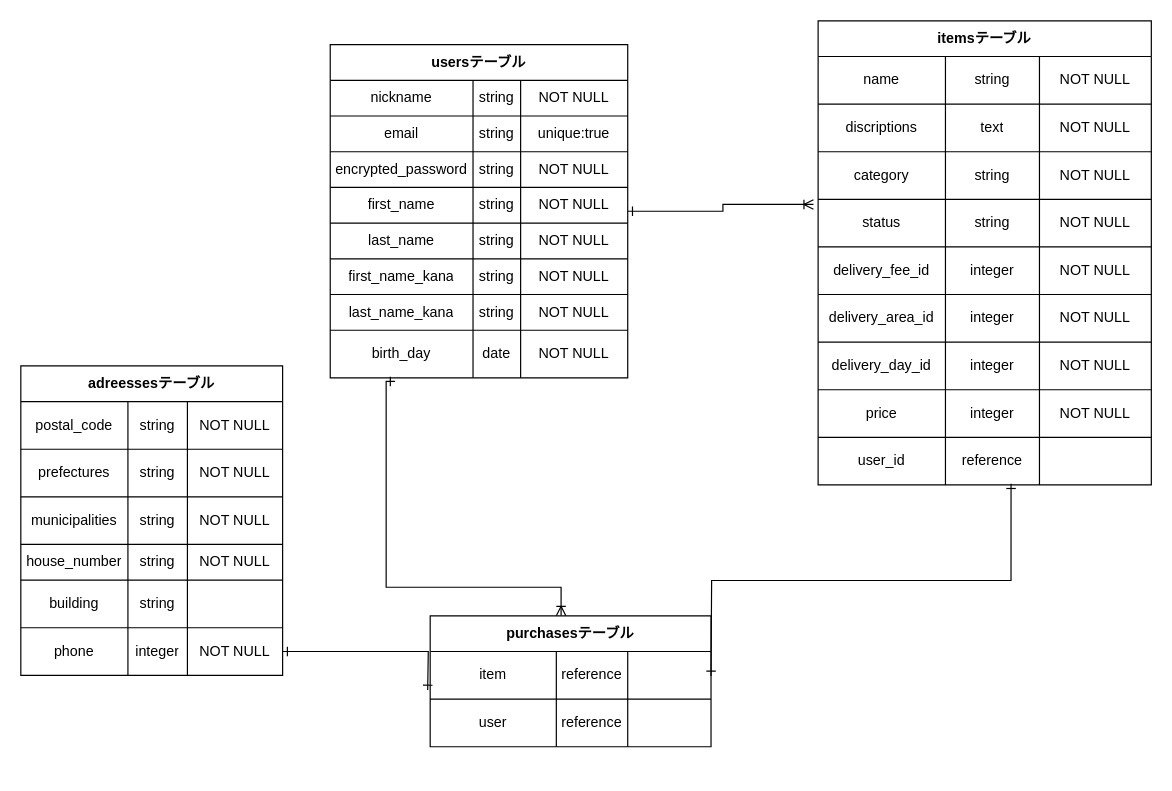
Above: furima.dio in takashi3802/furima-34451 (draw.io), before the change. Source tidied: cells renumbered, new cells numbered last; positions are measured from the earlier drawing's top-left corner, leaving out a move shared by most shapes. Both pictures are drawn from the tidied source at 119%, with x=0, y=0 at pixel (20, 20).
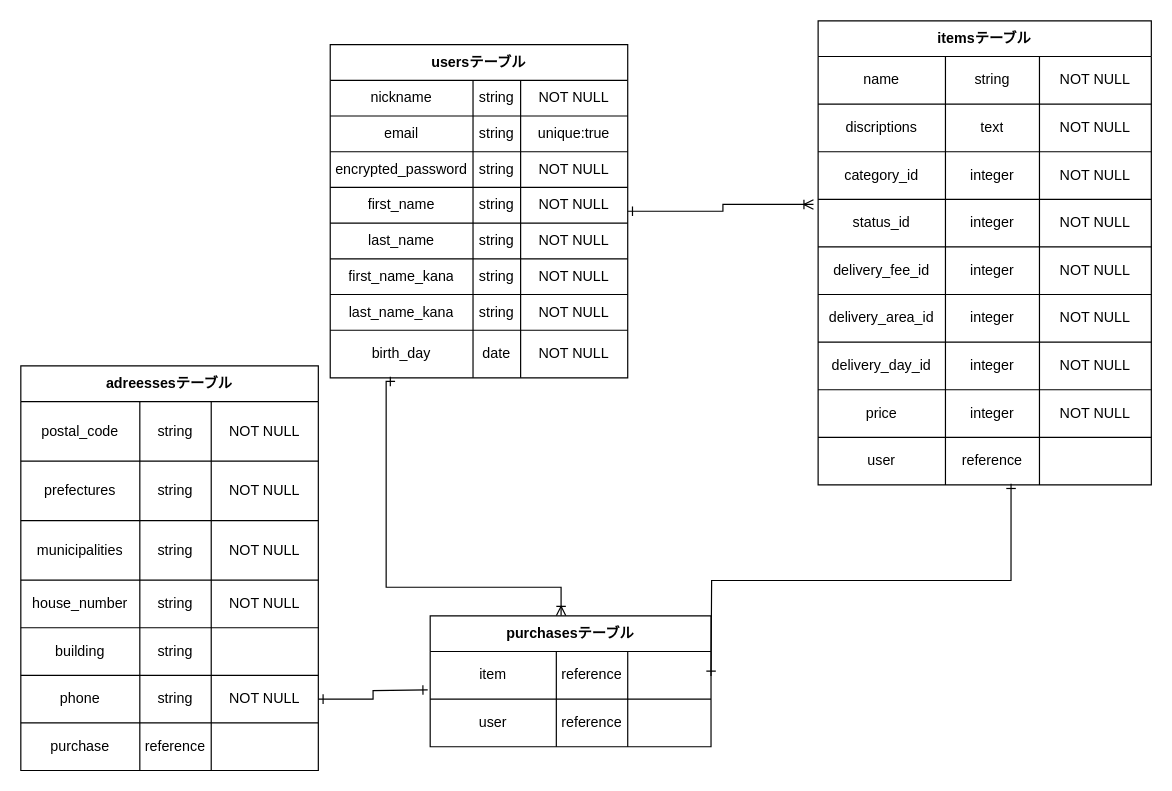
The same page after the edit.

Commit message (it also covers changes not shown here):
ER図・README修正3

The change refers to these unchanged cells:
```xml
<mxCell id="45" style="shape=partialRectangle;html=1;whiteSpace=wrap;fillColor=none;top=0;left=0;bottom=0;right=0;" parent="36" vertex="1">
  <mxGeometry y="110" width="280" height="40" as="geometry" />
</mxCell>
<mxCell id="49" style="shape=partialRectangle;html=1;whiteSpace=wrap;fillColor=none;top=0;left=0;bottom=0;right=0;points=[[0,0.5],[1,0.5]];portConstraint=eastwest;" parent="36" vertex="1">
  <mxGeometry y="150" width="280" height="40" as="geometry" />
</mxCell>
<mxCell id="70" style="shape=partialRectangle;html=1;whiteSpace=wrap;fillColor=none;top=0;left=0;bottom=0;right=0;points=[[0,0.5],[1,0.5]];portConstraint=eastwest;" parent="36" vertex="1">
  <mxGeometry y="350" width="280" height="40" as="geometry" />
</mxCell>
```

Diff of the diagram source:
```diff
@@
-    <mxCell id="46" value="category" style="shape=partialRectangle;html=1;whiteSpace=wrap;fillColor=none;top=0;left=0;bottom=0;right=0;overflow=hidden;" parent="45" vertex="1">
+    <mxCell id="46" value="category_id" style="shape=partialRectangle;html=1;whiteSpace=wrap;fillColor=none;top=0;left=0;bottom=0;right=0;overflow=hidden;" parent="45" vertex="1">
       <mxGeometry width="107" height="40" as="geometry" />
     </mxCell>
-    <mxCell id="47" value="string" style="shape=partialRectangle;html=1;whiteSpace=wrap;fillColor=none;top=0;left=0;bottom=0;right=0;overflow=hidden;" parent="45" vertex="1">
+    <mxCell id="47" value="integer" style="shape=partialRectangle;html=1;whiteSpace=wrap;fillColor=none;top=0;left=0;bottom=0;right=0;overflow=hidden;" parent="45" vertex="1">
       <mxGeometry x="107" width="79" height="40" as="geometry" />
     </mxCell>
@@
-    <mxCell id="50" value="status" style="shape=partialRectangle;html=1;whiteSpace=wrap;fillColor=none;top=0;left=0;bottom=0;right=0;overflow=hidden;" parent="49" vertex="1">
+    <mxCell id="50" value="status_id" style="shape=partialRectangle;html=1;whiteSpace=wrap;fillColor=none;top=0;left=0;bottom=0;right=0;overflow=hidden;" parent="49" vertex="1">
       <mxGeometry width="107" height="40" as="geometry" />
     </mxCell>
-    <mxCell id="51" value="string" style="shape=partialRectangle;html=1;whiteSpace=wrap;fillColor=none;top=0;left=0;bottom=0;right=0;overflow=hidden;" parent="49" vertex="1">
+    <mxCell id="51" value="integer" style="shape=partialRectangle;html=1;whiteSpace=wrap;fillColor=none;top=0;left=0;bottom=0;right=0;overflow=hidden;" parent="49" vertex="1">
       <mxGeometry x="107" width="79" height="40" as="geometry" />
     </mxCell>
@@
-    <mxCell id="71" value="user_id" style="shape=partialRectangle;html=1;whiteSpace=wrap;fillColor=none;top=0;left=0;bottom=0;right=0;overflow=hidden;" parent="70" vertex="1">
+    <mxCell id="71" value="user" style="shape=partialRectangle;html=1;whiteSpace=wrap;fillColor=none;top=0;left=0;bottom=0;right=0;overflow=hidden;" parent="70" vertex="1">
       <mxGeometry width="107" height="40" as="geometry" />
     </mxCell>
@@
     <mxCell id="74" value="adreessesテーブル" style="shape=table;html=1;whiteSpace=wrap;startSize=30;childLayout=tableLayout;fontStyle=1;align=center;" parent="1" vertex="1">
-      <mxGeometry y="290" width="220" height="260" as="geometry" />
+      <mxGeometry y="290" width="250" height="340" as="geometry" />
     </mxCell>
     <mxCell id="75" style="shape=partialRectangle;html=1;whiteSpace=wrap;fillColor=none;top=0;left=0;bottom=0;right=0;" parent="74" vertex="1">
-      <mxGeometry y="30" width="220" height="40" as="geometry" />
+      <mxGeometry y="30" width="250" height="50" as="geometry" />
     </mxCell>
     <mxCell id="76" value="postal_code" style="shape=partialRectangle;html=1;whiteSpace=wrap;fillColor=none;top=0;left=0;bottom=0;right=0;overflow=hidden;" parent="75" vertex="1">
-      <mxGeometry width="90" height="40" as="geometry" />
+      <mxGeometry width="100" height="50" as="geometry" />
     </mxCell>
     <mxCell id="77" value="string" style="shape=partialRectangle;html=1;whiteSpace=wrap;fillColor=none;top=0;left=0;bottom=0;right=0;overflow=hidden;" parent="75" vertex="1">
-      <mxGeometry x="90" width="50" height="40" as="geometry" />
+      <mxGeometry x="100" width="60" height="50" as="geometry" />
     </mxCell>
     <mxCell id="78" value="NOT NULL" style="shape=partialRectangle;html=1;whiteSpace=wrap;fillColor=none;top=0;left=0;bottom=0;right=0;overflow=hidden;" parent="75" vertex="1">
-      <mxGeometry x="140" width="80" height="40" as="geometry" />
+      <mxGeometry x="160" width="90" height="50" as="geometry" />
     </mxCell>
     <mxCell id="79" style="shape=partialRectangle;html=1;whiteSpace=wrap;fillColor=none;top=0;left=0;bottom=0;right=0;" parent="74" vertex="1">
-      <mxGeometry y="70" width="220" height="40" as="geometry" />
+      <mxGeometry y="80" width="250" height="50" as="geometry" />
     </mxCell>
     <mxCell id="80" value="prefectures" style="shape=partialRectangle;html=1;whiteSpace=wrap;fillColor=none;top=0;left=0;bottom=0;right=0;overflow=hidden;" parent="79" vertex="1">
-      <mxGeometry width="90" height="40" as="geometry" />
+      <mxGeometry width="100" height="50" as="geometry" />
     </mxCell>
     <mxCell id="81" value="string" style="shape=partialRectangle;html=1;whiteSpace=wrap;fillColor=none;top=0;left=0;bottom=0;right=0;overflow=hidden;" parent="79" vertex="1">
-      <mxGeometry x="90" width="50" height="40" as="geometry" />
+      <mxGeometry x="100" width="60" height="50" as="geometry" />
     </mxCell>
     <mxCell id="82" value="NOT NULL" style="shape=partialRectangle;html=1;whiteSpace=wrap;fillColor=none;top=0;left=0;bottom=0;right=0;overflow=hidden;" parent="79" vertex="1">
-      <mxGeometry x="140" width="80" height="40" as="geometry" />
+      <mxGeometry x="160" width="90" height="50" as="geometry" />
     </mxCell>
     <mxCell id="83" style="shape=partialRectangle;html=1;whiteSpace=wrap;fillColor=none;top=0;left=0;bottom=0;right=0;" parent="74" vertex="1">
-      <mxGeometry y="110" width="220" height="40" as="geometry" />
+      <mxGeometry y="130" width="250" height="50" as="geometry" />
     </mxCell>
     <mxCell id="84" value="municipalities" style="shape=partialRectangle;html=1;whiteSpace=wrap;fillColor=none;top=0;left=0;bottom=0;right=0;overflow=hidden;" parent="83" vertex="1">
-      <mxGeometry width="90" height="40" as="geometry" />
+      <mxGeometry width="100" height="50" as="geometry" />
     </mxCell>
     <mxCell id="85" value="string" style="shape=partialRectangle;html=1;whiteSpace=wrap;fillColor=none;top=0;left=0;bottom=0;right=0;overflow=hidden;" parent="83" vertex="1">
-      <mxGeometry x="90" width="50" height="40" as="geometry" />
+      <mxGeometry x="100" width="60" height="50" as="geometry" />
     </mxCell>
     <mxCell id="86" value="NOT NULL" style="shape=partialRectangle;html=1;whiteSpace=wrap;fillColor=none;top=0;left=0;bottom=0;right=0;overflow=hidden;" parent="83" vertex="1">
-      <mxGeometry x="140" width="80" height="40" as="geometry" />
+      <mxGeometry x="160" width="90" height="50" as="geometry" />
     </mxCell>
     <mxCell id="87" style="shape=partialRectangle;html=1;whiteSpace=wrap;fillColor=none;top=0;left=0;bottom=0;right=0;" parent="74" vertex="1">
-      <mxGeometry y="150" width="220" height="30" as="geometry" />
+      <mxGeometry y="180" width="250" height="40" as="geometry" />
     </mxCell>
     <mxCell id="88" value="house_number" style="shape=partialRectangle;html=1;whiteSpace=wrap;fillColor=none;top=0;left=0;bottom=0;right=0;overflow=hidden;" parent="87" vertex="1">
-      <mxGeometry width="90" height="30" as="geometry" />
+      <mxGeometry width="100" height="40" as="geometry" />
     </mxCell>
     <mxCell id="89" value="string" style="shape=partialRectangle;html=1;whiteSpace=wrap;fillColor=none;top=0;left=0;bottom=0;right=0;overflow=hidden;" parent="87" vertex="1">
-      <mxGeometry x="90" width="50" height="30" as="geometry" />
+      <mxGeometry x="100" width="60" height="40" as="geometry" />
     </mxCell>
     <mxCell id="90" value="NOT NULL" style="shape=partialRectangle;html=1;whiteSpace=wrap;fillColor=none;top=0;left=0;bottom=0;right=0;overflow=hidden;" parent="87" vertex="1">
-      <mxGeometry x="140" width="80" height="30" as="geometry" />
+      <mxGeometry x="160" width="90" height="40" as="geometry" />
     </mxCell>
     <mxCell id="91" style="shape=partialRectangle;html=1;whiteSpace=wrap;fillColor=none;top=0;left=0;bottom=0;right=0;" parent="74" vertex="1">
-      <mxGeometry y="180" width="220" height="40" as="geometry" />
+      <mxGeometry y="220" width="250" height="40" as="geometry" />
     </mxCell>
     <mxCell id="92" value="building" style="shape=partialRectangle;html=1;whiteSpace=wrap;fillColor=none;top=0;left=0;bottom=0;right=0;overflow=hidden;" parent="91" vertex="1">
-      <mxGeometry width="90" height="40" as="geometry" />
+      <mxGeometry width="100" height="40" as="geometry" />
     </mxCell>
     <mxCell id="93" value="string" style="shape=partialRectangle;html=1;whiteSpace=wrap;fillColor=none;top=0;left=0;bottom=0;right=0;overflow=hidden;" parent="91" vertex="1">
-      <mxGeometry x="90" width="50" height="40" as="geometry" />
+      <mxGeometry x="100" width="60" height="40" as="geometry" />
     </mxCell>
     <mxCell id="94" style="shape=partialRectangle;html=1;whiteSpace=wrap;fillColor=none;top=0;left=0;bottom=0;right=0;overflow=hidden;" parent="91" vertex="1">
-      <mxGeometry x="140" width="80" height="40" as="geometry" />
+      <mxGeometry x="160" width="90" height="40" as="geometry" />
     </mxCell>
     <mxCell id="95" style="shape=partialRectangle;html=1;whiteSpace=wrap;fillColor=none;top=0;left=0;bottom=0;right=0;points=[[0,0.5],[1,0.5]];portConstraint=eastwest;" parent="74" vertex="1">
-      <mxGeometry y="220" width="220" height="40" as="geometry" />
+      <mxGeometry y="260" width="250" height="40" as="geometry" />
     </mxCell>
     <mxCell id="96" value="phone" style="shape=partialRectangle;html=1;whiteSpace=wrap;fillColor=none;top=0;left=0;bottom=0;right=0;overflow=hidden;" parent="95" vertex="1">
-      <mxGeometry width="90" height="40" as="geometry" />
+      <mxGeometry width="100" height="40" as="geometry" />
     </mxCell>
-    <mxCell id="97" value="integer" style="shape=partialRectangle;html=1;whiteSpace=wrap;fillColor=none;top=0;left=0;bottom=0;right=0;overflow=hidden;" parent="95" vertex="1">
-      <mxGeometry x="90" width="50" height="40" as="geometry" />
+    <mxCell id="97" value="string" style="shape=partialRectangle;html=1;whiteSpace=wrap;fillColor=none;top=0;left=0;bottom=0;right=0;overflow=hidden;" parent="95" vertex="1">
+      <mxGeometry x="100" width="60" height="40" as="geometry" />
     </mxCell>
     <mxCell id="98" value="NOT NULL" style="shape=partialRectangle;html=1;whiteSpace=wrap;fillColor=none;top=0;left=0;bottom=0;right=0;overflow=hidden;" parent="95" vertex="1">
-      <mxGeometry x="140" width="80" height="40" as="geometry" />
+      <mxGeometry x="160" width="90" height="40" as="geometry" />
     </mxCell>
+    <mxCell id="111" style="shape=partialRectangle;html=1;whiteSpace=wrap;fillColor=none;top=0;left=0;bottom=0;right=0;" parent="74" vertex="1">
+      <mxGeometry y="300" width="250" height="40" as="geometry" />
+    </mxCell>
+    <mxCell id="112" value="purchase" style="shape=partialRectangle;html=1;whiteSpace=wrap;fillColor=none;top=0;left=0;bottom=0;right=0;overflow=hidden;" parent="111" vertex="1">
+      <mxGeometry width="100" height="40" as="geometry" />
+    </mxCell>
+    <mxCell id="113" value="reference" style="shape=partialRectangle;html=1;whiteSpace=wrap;fillColor=none;top=0;left=0;bottom=0;right=0;overflow=hidden;" parent="111" vertex="1">
+      <mxGeometry x="100" width="60" height="40" as="geometry" />
+    </mxCell>
+    <mxCell id="114" style="shape=partialRectangle;html=1;whiteSpace=wrap;fillColor=none;top=0;left=0;bottom=0;right=0;overflow=hidden;" parent="111" vertex="1">
+      <mxGeometry x="160" width="90" height="40" as="geometry" />
+    </mxCell>
```
